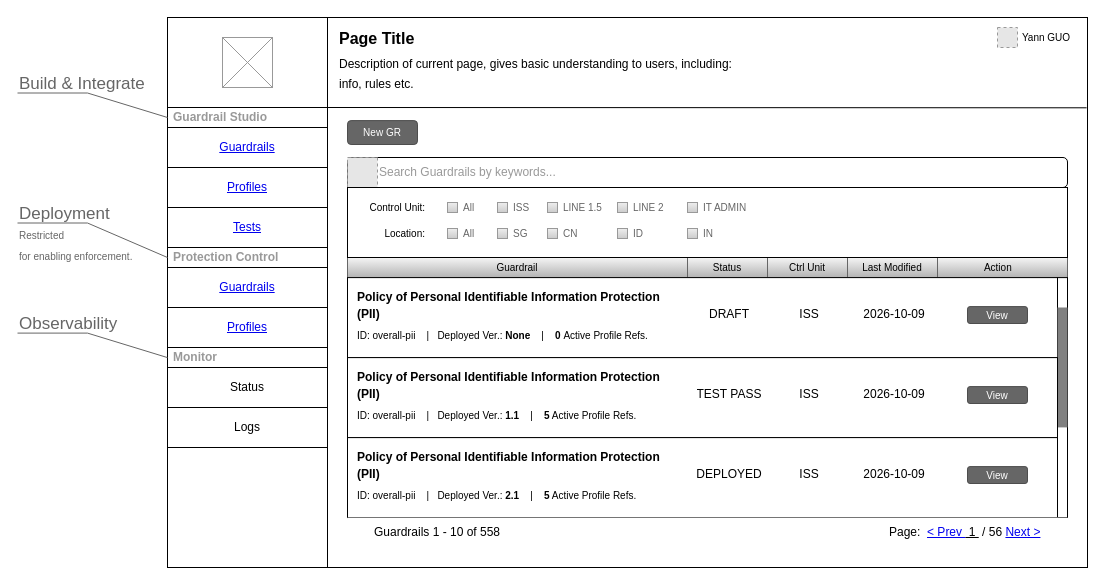
Earlier version of the draw.io diagram page "Basic Components" (1 of 13) of NMGR.drawio (thinker-g/fx-drive). Source tidied: cells renumbered, new cells numbered last; positions are measured from the earlier drawing's top-left corner, leaving out a move shared by most shapes. Both pictures are drawn from the tidied source at 100%, with x=0, y=0 at pixel (17, 17). Pictures stored in the file or linked from it are replaced by grey dashed boxes.
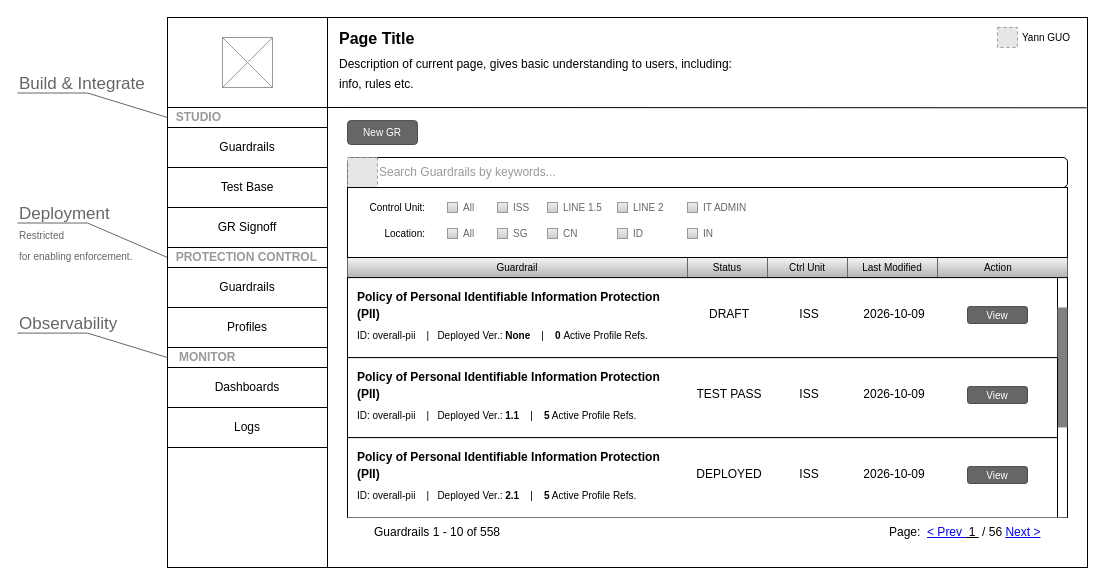
Above is the later version.

What changed in the source:
```diff
@@
-    <mxCell id="5" value="Monitor" style="rounded=0;whiteSpace=wrap;html=1;align=left;fontColor=#999999;fontStyle=1;spacingLeft=4;" parent="1" vertex="1">
-      <mxGeometry x="150" y="330" width="160" height="20" as="geometry" />
-    </mxCell>
-    <mxCell id="6" value="Protection Control" style="rounded=0;whiteSpace=wrap;html=1;align=left;fontColor=#999999;fontStyle=1;spacingLeft=4;" parent="1" vertex="1">
-      <mxGeometry x="150" y="230" width="160" height="20" as="geometry" />
-    </mxCell>
-    <mxCell id="7" value="Guardrail Studio" style="rounded=0;whiteSpace=wrap;html=1;align=left;fontColor=#999999;fontStyle=1;spacingLeft=4;" parent="1" vertex="1">
-      <mxGeometry x="150" y="90" width="160" height="20" as="geometry" />
-    </mxCell>
-    <mxCell id="8" value="&lt;a href=&quot;data:page/id,yebuwNgzDiYvD9_1hgRV&quot;&gt;Guardrails&lt;/a&gt;" style="rounded=0;whiteSpace=wrap;html=1;" parent="1" vertex="1">
-      <mxGeometry x="150" y="110" width="160" height="40" as="geometry" />
-    </mxCell>
-    <mxCell id="9" value="&lt;a href=&quot;data:page/id,UZVV5NKvjk-gaJk_Owxm&quot;&gt;Profiles&lt;/a&gt;" style="rounded=0;whiteSpace=wrap;html=1;" parent="1" vertex="1">
-      <mxGeometry x="150" y="150" width="160" height="40" as="geometry" />
-    </mxCell>
-    <mxCell id="10" value="&lt;a href=&quot;data:page/id,qpwnfjwpwfKOcaiDPCQy&quot;&gt;Tests&lt;/a&gt;" style="rounded=0;whiteSpace=wrap;html=1;fontColor=#000000;textShadow=0;" parent="1" vertex="1">
-      <mxGeometry x="150" y="190" width="160" height="40" as="geometry" />
-    </mxCell>
@@
-    <mxCell id="12" value="&lt;a href=&quot;data:page/id,7wCZSm4ypzWUQDkTmEpp&quot;&gt;Guardrails&lt;/a&gt;" style="rounded=0;whiteSpace=wrap;html=1;" parent="1" vertex="1">
-      <mxGeometry x="150" y="250" width="160" height="40" as="geometry" />
-    </mxCell>
-    <mxCell id="13" value="&lt;a href=&quot;data:page/id,lLZZm6czbBG0UjIHdT37&quot;&gt;Profiles&lt;/a&gt;" style="rounded=0;whiteSpace=wrap;html=1;" parent="1" vertex="1">
-      <mxGeometry x="150" y="290" width="160" height="40" as="geometry" />
-    </mxCell>
-    <mxCell id="14" value="Status" style="rounded=0;whiteSpace=wrap;html=1;" parent="1" vertex="1">
-      <mxGeometry x="150" y="350" width="160" height="40" as="geometry" />
-    </mxCell>
-    <mxCell id="15" value="Logs" style="rounded=0;whiteSpace=wrap;html=1;" parent="1" vertex="1">
-      <mxGeometry x="150" y="390" width="160" height="40" as="geometry" />
-    </mxCell>
@@
+    <mxCell id="76" value="&amp;nbsp; &amp;nbsp;MONITOR" style="rounded=0;whiteSpace=wrap;html=1;align=left;fontColor=#999999;fontStyle=1;" parent="1" vertex="1">
+      <mxGeometry x="150" y="330" width="160" height="20" as="geometry" />
+    </mxCell>
+    <mxCell id="77" value="&amp;nbsp; PROTECTION CONTROL" style="rounded=0;whiteSpace=wrap;html=1;align=left;fontColor=#999999;fontStyle=1;" parent="1" vertex="1">
+      <mxGeometry x="150" y="230" width="160" height="20" as="geometry" />
+    </mxCell>
+    <mxCell id="78" value="&amp;nbsp; STUDIO" style="rounded=0;whiteSpace=wrap;html=1;align=left;fontColor=#999999;fontStyle=1;" parent="1" vertex="1">
+      <mxGeometry x="150" y="90" width="160" height="20" as="geometry" />
+    </mxCell>
+    <mxCell id="79" value="Guardrails" style="rounded=0;whiteSpace=wrap;html=1;" parent="1" vertex="1">
+      <mxGeometry x="150" y="110" width="160" height="40" as="geometry" />
+    </mxCell>
+    <mxCell id="80" value="Test Base" style="rounded=0;whiteSpace=wrap;html=1;" parent="1" vertex="1">
+      <mxGeometry x="150" y="150" width="160" height="40" as="geometry" />
+    </mxCell>
+    <mxCell id="81" value="Guardrails" style="rounded=0;whiteSpace=wrap;html=1;" parent="1" vertex="1">
+      <mxGeometry x="150" y="250" width="160" height="40" as="geometry" />
+    </mxCell>
+    <mxCell id="82" value="Profiles" style="rounded=0;whiteSpace=wrap;html=1;" parent="1" vertex="1">
+      <mxGeometry x="150" y="290" width="160" height="40" as="geometry" />
+    </mxCell>
+    <mxCell id="83" value="Dashboards" style="rounded=0;whiteSpace=wrap;html=1;" parent="1" vertex="1">
+      <mxGeometry x="150" y="350" width="160" height="40" as="geometry" />
+    </mxCell>
+    <mxCell id="15" value="Logs" style="rounded=0;whiteSpace=wrap;html=1;" parent="1" vertex="1">
+      <mxGeometry x="150" y="390" width="160" height="40" as="geometry" />
+    </mxCell>
+    <mxCell id="84" value="GR Signoff" style="rounded=0;whiteSpace=wrap;html=1;" parent="1" vertex="1">
+      <mxGeometry x="150" y="190" width="160" height="40" as="geometry" />
+    </mxCell>
```
